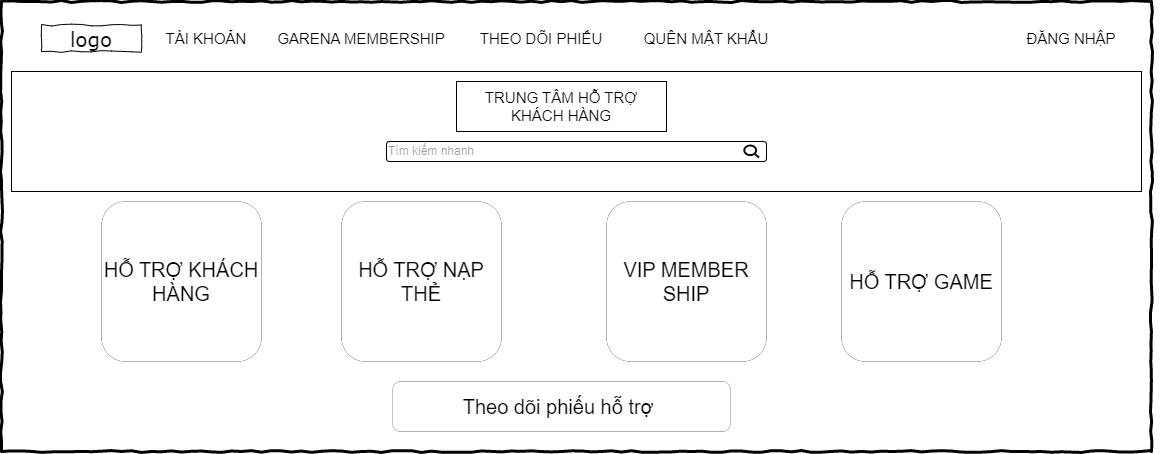
Earlier version of the draw.io export image/garena.contact.ipad.png (tinpc32195/web106_phamchinhtin). Source tidied: cells renumbered, new cells last; positions are measured from the earlier drawing's top-left corner, leaving out a move shared by most shapes. Source of this version:
```xml
<mxGraphModel background="#ffffff">
  <root>
    <mxCell id="0" />
    <mxCell id="1" parent="0" />
    <mxCell id="2" value="HỖ TRỢ KHÁCH HÀNG" style="rounded=1;whiteSpace=wrap;html=1;fontSize=20;strokeWidth=0;shadow=0;" parent="1" vertex="1">
      <mxGeometry x="100" y="200" width="160" height="160" as="geometry" />
    </mxCell>
    <mxCell id="3" style="whiteSpace=wrap;html=1;rounded=0;shadow=0;labelBackgroundColor=none;strokeColor=#000000;strokeWidth=3;fillColor=none;fontFamily=Verdana;fontSize=12;fontColor=#000000;align=center;comic=1;" parent="1" vertex="1">
      <mxGeometry width="1150" height="450" as="geometry" />
    </mxCell>
    <mxCell id="4" value="logo" style="whiteSpace=wrap;html=1;rounded=0;shadow=0;labelBackgroundColor=none;strokeWidth=1;fontFamily=Verdana;fontSize=20;align=center;comic=1;" parent="1" vertex="1">
      <mxGeometry x="40" y="23.6" width="100" height="26.4" as="geometry" />
    </mxCell>
    <mxCell id="5" value="&lt;span style=&quot;font-size: 15px;&quot;&gt;TÀI KHOẢN&lt;/span&gt;" style="rounded=1;whiteSpace=wrap;html=1;fontSize=15;opacity=0;" parent="1" vertex="1">
      <mxGeometry x="140" y="26.8" width="130" height="20" as="geometry" />
    </mxCell>
    <mxCell id="6" value="GARENA MEMBERSHIP" style="rounded=1;whiteSpace=wrap;html=1;fontSize=15;opacity=0;" parent="1" vertex="1">
      <mxGeometry x="220" y="26.8" width="280" height="20" as="geometry" />
    </mxCell>
    <mxCell id="7" value="THEO DÕI PHIẾU" style="rounded=1;whiteSpace=wrap;html=1;fontSize=15;opacity=0;" parent="1" vertex="1">
      <mxGeometry x="430" y="26.8" width="220" height="20" as="geometry" />
    </mxCell>
    <mxCell id="8" value="QUÊN MẬT KHẨU" style="rounded=1;whiteSpace=wrap;html=1;fontSize=15;opacity=0;" parent="1" vertex="1">
      <mxGeometry x="570" y="26.8" width="270" height="20" as="geometry" />
    </mxCell>
    <mxCell id="9" value="ĐĂNG NHẬP" style="rounded=1;whiteSpace=wrap;html=1;fontSize=15;opacity=0;" parent="1" vertex="1">
      <mxGeometry x="980" y="26.8" width="180" height="20" as="geometry" />
    </mxCell>
    <mxCell id="10" value="HỖ TRỢ NẠP THẺ" style="rounded=1;whiteSpace=wrap;html=1;fontSize=20;strokeWidth=0;shadow=0;" parent="1" vertex="1">
      <mxGeometry x="340" y="200" width="160" height="160" as="geometry" />
    </mxCell>
    <mxCell id="11" value="VIP MEMBER SHIP" style="rounded=1;whiteSpace=wrap;html=1;fontSize=20;strokeWidth=0;shadow=0;" parent="1" vertex="1">
      <mxGeometry x="605" y="200" width="160" height="160" as="geometry" />
    </mxCell>
    <mxCell id="12" style="rounded=0;whiteSpace=wrap;html=1;textOpacity=20;" parent="1" vertex="1">
      <mxGeometry x="10" y="70" width="1130" height="120" as="geometry" />
    </mxCell>
    <mxCell id="13" value="&lt;font style=&quot;font-size: 15px;&quot;&gt;TRUNG TÂM HỖ TRỢ KHÁCH HÀNG&lt;/font&gt;" style="rounded=0;whiteSpace=wrap;html=1;fontSize=15;" parent="1" vertex="1">
      <mxGeometry x="455" y="80" width="210" height="50" as="geometry" />
    </mxCell>
    <mxCell id="14" value="&lt;font style=&quot;font-size: 12px;&quot;&gt;Tìm kiếm nhanh&lt;/font&gt;" style="rounded=1;whiteSpace=wrap;html=1;align=left;textOpacity=40;" parent="1" vertex="1">
      <mxGeometry x="385" y="140" width="380" height="20" as="geometry" />
    </mxCell>
    <mxCell id="15" style="html=1;verticalLabelPosition=bottom;align=center;labelBackgroundColor=#ffffff;verticalAlign=top;strokeWidth=2;strokeColor=#0d0d0d;shadow=0;dashed=0;shape=mxgraph.ios7.icons.looking_glass;rotation=-90;direction=south;" parent="1" vertex="1">
      <mxGeometry x="744.2" y="142.7" width="11.9" height="14.7" as="geometry" />
    </mxCell>
    <mxCell id="16" value="HỖ TRỢ GAME" style="rounded=1;whiteSpace=wrap;html=1;fontSize=20;strokeWidth=0;shadow=0;" parent="1" vertex="1">
      <mxGeometry x="840" y="200" width="160" height="160" as="geometry" />
    </mxCell>
    <mxCell id="17" value="Theo dõi phiếu hỗ trợ&amp;nbsp;" style="rounded=1;whiteSpace=wrap;html=1;fontSize=20;strokeWidth=0;shadow=0;" parent="1" vertex="1">
      <mxGeometry x="391.2" y="380" width="337.5" height="50" as="geometry" />
    </mxCell>
  </root>
</mxGraphModel>
```
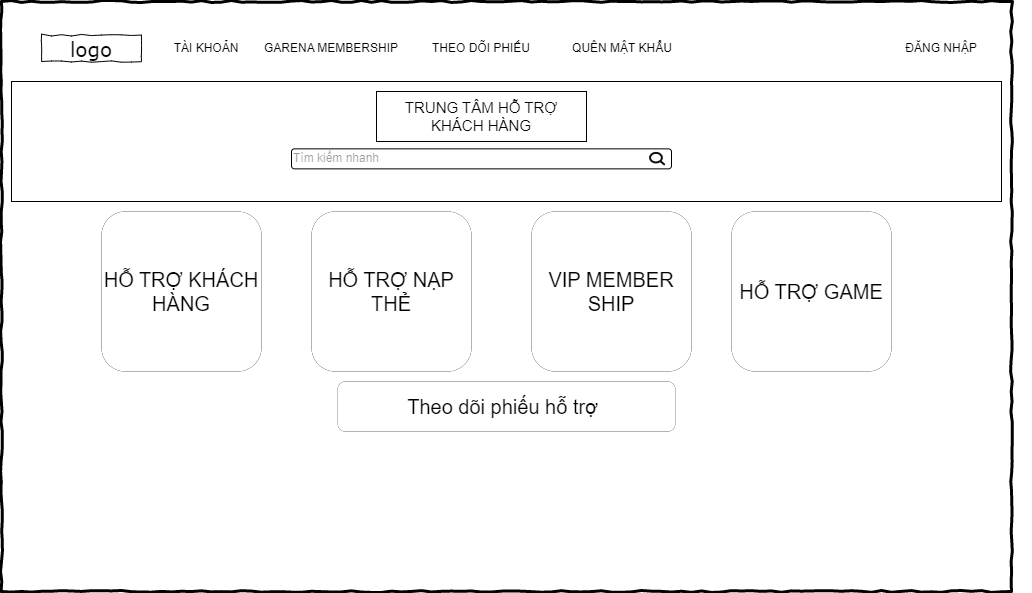
Later version of the same file.

Change to the diagram source:
```diff
@@ -6,49 +6,49 @@
       <mxGeometry x="100" y="200" width="160" height="160" as="geometry" />
     </mxCell>
     <mxCell id="3" style="whiteSpace=wrap;html=1;rounded=0;shadow=0;labelBackgroundColor=none;strokeColor=#000000;strokeWidth=3;fillColor=none;fontFamily=Verdana;fontSize=12;fontColor=#000000;align=center;comic=1;" parent="1" vertex="1">
-      <mxGeometry width="1150" height="450" as="geometry" />
+      <mxGeometry y="-10" width="1010" height="590" as="geometry" />
     </mxCell>
     <mxCell id="4" value="logo" style="whiteSpace=wrap;html=1;rounded=0;shadow=0;labelBackgroundColor=none;strokeWidth=1;fontFamily=Verdana;fontSize=20;align=center;comic=1;" parent="1" vertex="1">
       <mxGeometry x="40" y="23.6" width="100" height="26.4" as="geometry" />
     </mxCell>
-    <mxCell id="5" value="&lt;span style=&quot;font-size: 15px;&quot;&gt;TÀI KHOẢN&lt;/span&gt;" style="rounded=1;whiteSpace=wrap;html=1;fontSize=15;opacity=0;" parent="1" vertex="1">
+    <mxCell id="5" value="&lt;span style=&quot;font-size: 12px;&quot;&gt;TÀI KHOẢN&lt;/span&gt;" style="rounded=1;whiteSpace=wrap;html=1;fontSize=12;opacity=0;" parent="1" vertex="1">
       <mxGeometry x="140" y="26.8" width="130" height="20" as="geometry" />
     </mxCell>
-    <mxCell id="6" value="GARENA MEMBERSHIP" style="rounded=1;whiteSpace=wrap;html=1;fontSize=15;opacity=0;" parent="1" vertex="1">
-      <mxGeometry x="220" y="26.8" width="280" height="20" as="geometry" />
+    <mxCell id="6" value="GARENA MEMBERSHIP" style="rounded=1;whiteSpace=wrap;html=1;fontSize=12;opacity=0;" parent="1" vertex="1">
+      <mxGeometry x="190" y="26.8" width="280" height="20" as="geometry" />
     </mxCell>
-    <mxCell id="7" value="THEO DÕI PHIẾU" style="rounded=1;whiteSpace=wrap;html=1;fontSize=15;opacity=0;" parent="1" vertex="1">
-      <mxGeometry x="430" y="26.8" width="220" height="20" as="geometry" />
+    <mxCell id="7" value="THEO DÕI PHIẾU" style="rounded=1;whiteSpace=wrap;html=1;fontSize=12;opacity=0;" parent="1" vertex="1">
+      <mxGeometry x="370" y="26.8" width="220" height="20" as="geometry" />
     </mxCell>
-    <mxCell id="8" value="QUÊN MẬT KHẨU" style="rounded=1;whiteSpace=wrap;html=1;fontSize=15;opacity=0;" parent="1" vertex="1">
-      <mxGeometry x="570" y="26.8" width="270" height="20" as="geometry" />
+    <mxCell id="8" value="QUÊN MẬT KHẨU" style="rounded=1;whiteSpace=wrap;html=1;fontSize=12;opacity=0;" parent="1" vertex="1">
+      <mxGeometry x="486.1" y="26.8" width="270" height="20" as="geometry" />
     </mxCell>
-    <mxCell id="9" value="ĐĂNG NHẬP" style="rounded=1;whiteSpace=wrap;html=1;fontSize=15;opacity=0;" parent="1" vertex="1">
-      <mxGeometry x="980" y="26.8" width="180" height="20" as="geometry" />
+    <mxCell id="9" value="ĐĂNG NHẬP" style="rounded=1;whiteSpace=wrap;html=1;fontSize=12;opacity=0;" parent="1" vertex="1">
+      <mxGeometry x="850" y="26.8" width="180" height="20" as="geometry" />
     </mxCell>
     <mxCell id="10" value="HỖ TRỢ NẠP THẺ" style="rounded=1;whiteSpace=wrap;html=1;fontSize=20;strokeWidth=0;shadow=0;" parent="1" vertex="1">
-      <mxGeometry x="340" y="200" width="160" height="160" as="geometry" />
+      <mxGeometry x="310" y="200" width="160" height="160" as="geometry" />
     </mxCell>
     <mxCell id="11" value="VIP MEMBER SHIP" style="rounded=1;whiteSpace=wrap;html=1;fontSize=20;strokeWidth=0;shadow=0;" parent="1" vertex="1">
-      <mxGeometry x="605" y="200" width="160" height="160" as="geometry" />
+      <mxGeometry x="530" y="200" width="160" height="160" as="geometry" />
     </mxCell>
     <mxCell id="12" style="rounded=0;whiteSpace=wrap;html=1;textOpacity=20;" parent="1" vertex="1">
-      <mxGeometry x="10" y="70" width="1130" height="120" as="geometry" />
+      <mxGeometry x="10" y="70" width="990" height="120" as="geometry" />
     </mxCell>
     <mxCell id="13" value="&lt;font style=&quot;font-size: 15px;&quot;&gt;TRUNG TÂM HỖ TRỢ KHÁCH HÀNG&lt;/font&gt;" style="rounded=0;whiteSpace=wrap;html=1;fontSize=15;" parent="1" vertex="1">
-      <mxGeometry x="455" y="80" width="210" height="50" as="geometry" />
+      <mxGeometry x="375" y="80" width="210" height="50" as="geometry" />
     </mxCell>
     <mxCell id="14" value="&lt;font style=&quot;font-size: 12px;&quot;&gt;Tìm kiếm nhanh&lt;/font&gt;" style="rounded=1;whiteSpace=wrap;html=1;align=left;textOpacity=40;" parent="1" vertex="1">
-      <mxGeometry x="385" y="140" width="380" height="20" as="geometry" />
+      <mxGeometry x="290" y="137.4" width="380" height="20" as="geometry" />
     </mxCell>
     <mxCell id="15" style="html=1;verticalLabelPosition=bottom;align=center;labelBackgroundColor=#ffffff;verticalAlign=top;strokeWidth=2;strokeColor=#0d0d0d;shadow=0;dashed=0;shape=mxgraph.ios7.icons.looking_glass;rotation=-90;direction=south;" parent="1" vertex="1">
-      <mxGeometry x="744.2" y="142.7" width="11.9" height="14.7" as="geometry" />
+      <mxGeometry x="650" y="140" width="11.9" height="14.7" as="geometry" />
     </mxCell>
     <mxCell id="16" value="HỖ TRỢ GAME" style="rounded=1;whiteSpace=wrap;html=1;fontSize=20;strokeWidth=0;shadow=0;" parent="1" vertex="1">
-      <mxGeometry x="840" y="200" width="160" height="160" as="geometry" />
+      <mxGeometry x="730" y="200" width="160" height="160" as="geometry" />
     </mxCell>
     <mxCell id="17" value="Theo dõi phiếu hỗ trợ&amp;nbsp;" style="rounded=1;whiteSpace=wrap;html=1;fontSize=20;strokeWidth=0;shadow=0;" parent="1" vertex="1">
-      <mxGeometry x="391.2" y="380" width="337.5" height="50" as="geometry" />
+      <mxGeometry x="336.2" y="370" width="337.5" height="50" as="geometry" />
     </mxCell>
   </root>
 </mxGraphModel>
```
